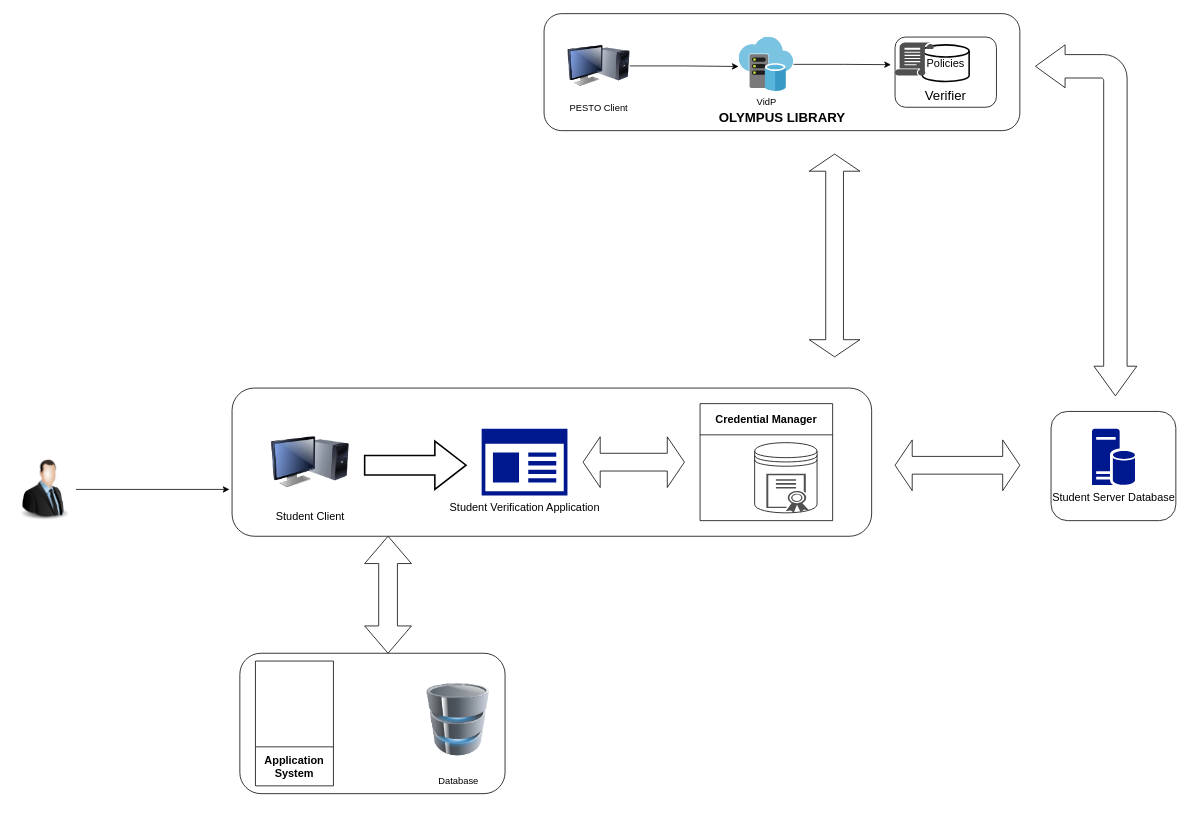
Before: Ανώνυμο διάγραμμα.drawio in NikosSarrisDev/ESP32_TEMPERATURE_HIMIDITY, a draw.io diagram. Source tidied: cells renumbered, new cells numbered last; positions are measured from the earlier drawing's top-left corner, leaving out a move shared by most shapes. Both pictures are drawn from the tidied source at 78%, with x=0, y=0 at pixel (13, 13).
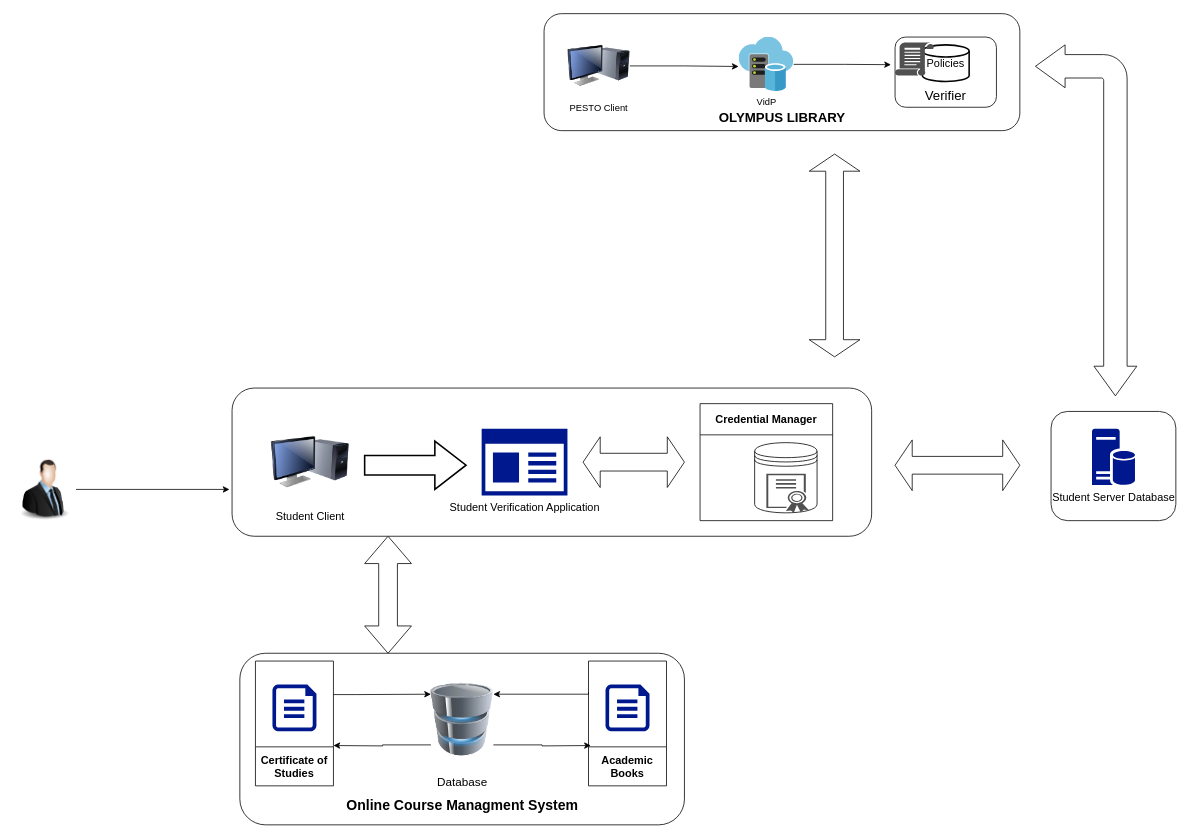
The same diagram, later.

Diff of the diagram source:
```diff
@@
     <mxCell id="5" style="rounded=1;whiteSpace=wrap;html=1;" parent="1" vertex="1">
-      <mxGeometry x="290" y="820" width="340" height="180" as="geometry" />
+      <mxGeometry x="290" y="820" width="570" height="220" as="geometry" />
     </mxCell>
+    <mxCell id="30" style="edgeStyle=orthogonalEdgeStyle;rounded=0;jettySize=auto;html=1;entryX=0;entryY=0.25;entryDx=0;entryDy=0;" parent="1" edge="1" source="6" target="7">
+      <mxGeometry relative="1" as="geometry">
+        <Array as="points">
+          <mxPoint x="440" y="873" />
+          <mxPoint x="440" y="873" />
+        </Array>
+      </mxGeometry>
+    </mxCell>
-    <mxCell id="6" value="Application System" style="swimlane;whiteSpace=wrap;html=1;direction=west;fontSize=14;startSize=50;" parent="1" vertex="1">
+    <mxCell id="6" value="Certificate of Studies" style="swimlane;whiteSpace=wrap;html=1;direction=west;fontSize=14;startSize=50;" parent="1" vertex="1">
       <mxGeometry x="310" y="830" width="100" height="160" as="geometry" />
     </mxCell>
+    <mxCell id="31" style="sketch=0;shadow=0;dashed=0;html=1;strokeColor=none;labelPosition=center;verticalLabelPosition=bottom;verticalAlign=top;align=center;fillColor=#00188D;shape=mxgraph.azure.file;" parent="6" vertex="1">
+      <mxGeometry x="21.8" y="30" width="56.4" height="60" as="geometry" />
+    </mxCell>
+    <mxCell id="32" style="edgeStyle=orthogonalEdgeStyle;rounded=0;jettySize=auto;html=1;exitX=0;exitY=0.75;exitDx=0;exitDy=0;" parent="1" edge="1" source="7">
+      <mxGeometry relative="1" as="geometry">
+        <mxPoint x="410" y="938.3" as="targetPoint" />
+      </mxGeometry>
+    </mxCell>
+    <mxCell id="33" style="edgeStyle=orthogonalEdgeStyle;rounded=0;jettySize=auto;html=1;exitX=1;exitY=0.75;exitDx=0;exitDy=0;" parent="1" edge="1" source="7">
+      <mxGeometry relative="1" as="geometry">
+        <mxPoint x="740" y="938.3" as="targetPoint" />
+      </mxGeometry>
+    </mxCell>
-    <mxCell id="7" value="Database" style="image;html=1;image=img/lib/clip_art/computers/Database_128x128.png;" parent="1" vertex="1">
-      <mxGeometry x="530" y="840" width="80" height="130" as="geometry" />
+    <mxCell id="7" value="Database" style="image;html=1;image=img/lib/clip_art/computers/Database_128x128.png;fontSize=15;" parent="1" vertex="1">
+      <mxGeometry x="535" y="840" width="80" height="130" as="geometry" />
     </mxCell>
@@
+    <mxCell id="34" style="edgeStyle=orthogonalEdgeStyle;rounded=0;jettySize=auto;html=1;exitX=1;exitY=0.75;exitDx=0;exitDy=0;entryX=1;entryY=0.25;entryDx=0;entryDy=0;" parent="1" edge="1" source="35" target="7">
+      <mxGeometry relative="1" as="geometry">
+        <Array as="points">
+          <mxPoint x="737" y="873" />
+        </Array>
+      </mxGeometry>
+    </mxCell>
+    <mxCell id="35" value="Academic Books" style="swimlane;whiteSpace=wrap;html=1;direction=west;fontSize=14;startSize=50;" parent="1" vertex="1">
+      <mxGeometry x="737" y="830" width="100" height="160" as="geometry" />
+    </mxCell>
+    <mxCell id="36" style="sketch=0;shadow=0;dashed=0;html=1;strokeColor=none;labelPosition=center;verticalLabelPosition=bottom;verticalAlign=top;align=center;fillColor=#00188D;shape=mxgraph.azure.file;" parent="35" vertex="1">
+      <mxGeometry x="21.8" y="30" width="56.4" height="60" as="geometry" />
+    </mxCell>
+    <mxCell id="37" value="Online Course Managment System" style="text;html=1;strokeColor=none;fillColor=none;align=center;verticalAlign=middle;whiteSpace=wrap;rounded=0;fontSize=18;fontStyle=1;" parent="1" vertex="1">
+      <mxGeometry x="423.8" y="1000" width="302.5" height="30" as="geometry" />
+    </mxCell>
```
